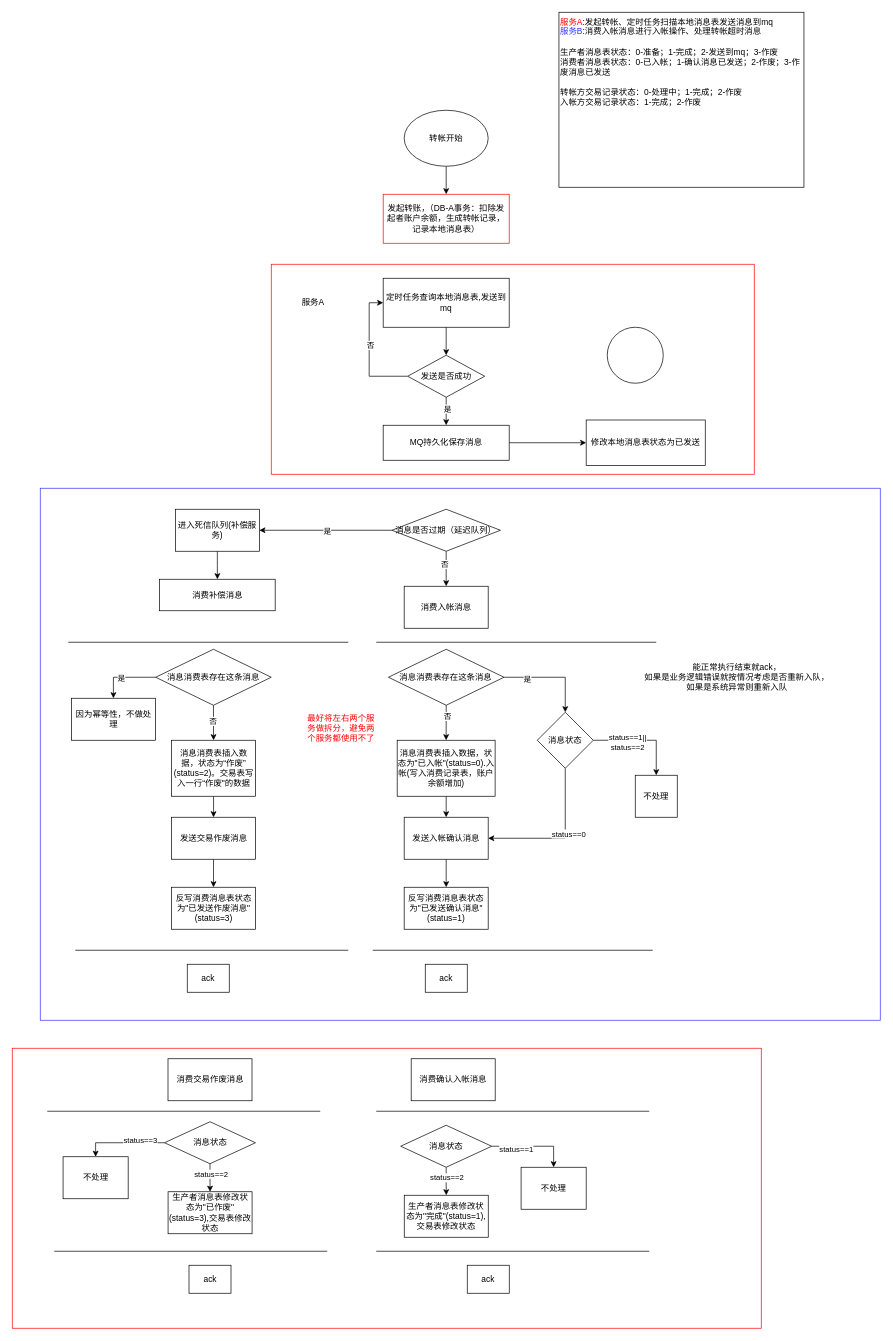
Before: transfer-v2-跨数据库.drawio in liepig1223/drawio, a draw.io diagram. Source tidied: cells renumbered, new cells numbered last; positions are measured from the earlier drawing's top-left corner, leaving out a move shared by most shapes. Both pictures are drawn from the tidied source at 70%, with x=0, y=0 at pixel (12, 12).
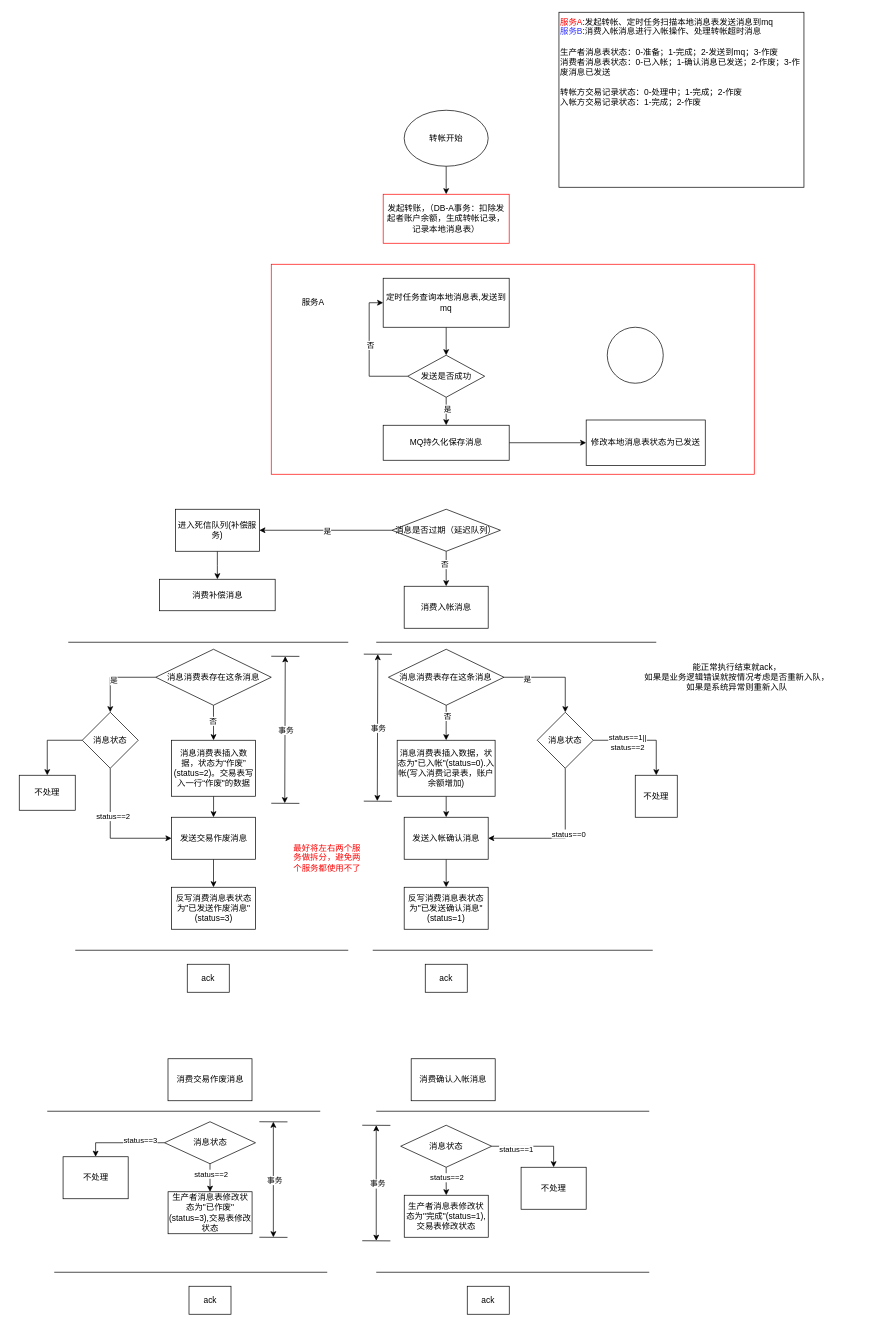
The same diagram, later.

Commit message:
更新transfer-v2-跨数据库.drawio

Unchanged cells that the change refers to:
```xml
<mxCell id="32" value="消息消费表存在这条消息" style="rhombus;whiteSpace=wrap;html=1;" parent="1" vertex="1">
  <mxGeometry x="204.9" y="910" width="165.1" height="80" as="geometry" />
</mxCell>
<mxCell id="62" value="发送交易作废消息" style="whiteSpace=wrap;html=1;rounded=0;" parent="1" vertex="1">
  <mxGeometry x="227.5" y="1150" width="120" height="60" as="geometry" />
</mxCell>
```

Diff of the diagram source:
```diff
@@
-    <mxCell id="2" style="rounded=0;whiteSpace=wrap;html=1;strokeColor=#FF0000;" parent="1" vertex="1">
-      <mxGeometry y="1480" width="1070" height="400" as="geometry" />
-    </mxCell>
-    <mxCell id="3" style="rounded=0;whiteSpace=wrap;html=1;strokeColor=#3333FF;" parent="1" vertex="1">
-      <mxGeometry x="40" y="680" width="1200" height="760" as="geometry" />
-    </mxCell>
@@
-    <mxCell id="30" style="edgeStyle=orthogonalEdgeStyle;rounded=0;jettySize=auto;html=1;exitX=0;exitY=0.5;exitDx=0;exitDy=0;entryX=0.5;entryY=0;entryDx=0;entryDy=0;" parent="1" edge="1" source="32" target="35">
-      <mxGeometry relative="1" as="geometry" />
-    </mxCell>
+    <mxCell id="87" style="edgeStyle=orthogonalEdgeStyle;rounded=0;jettySize=auto;html=1;exitX=0;exitY=0.5;exitDx=0;exitDy=0;entryX=0.5;entryY=0;entryDx=0;entryDy=0;" parent="1" edge="1" source="32" target="91">
+      <mxGeometry relative="1" as="geometry" />
+    </mxCell>
-    <mxCell id="31" value="是" style="edgeLabel;html=1;align=center;verticalAlign=middle;" parent="30" vertex="1">
-      <mxGeometry x="0.09" y="1" relative="1" as="geometry" />
+    <mxCell id="31" value="是" style="edgeLabel;html=1;align=center;verticalAlign=middle;" parent="87" vertex="1">
+      <mxGeometry x="0.04" y="4" relative="1" as="geometry" />
     </mxCell>
@@
-    <mxCell id="35" value="因为幂等性，不做处理" style="rounded=0;whiteSpace=wrap;html=1;" parent="1" vertex="1">
-      <mxGeometry x="84.5" y="980" width="120" height="60" as="geometry" />
-    </mxCell>
@@
     <mxCell id="81" style="endArrow=none;html=1;rounded=0;" parent="1" edge="1">
       <mxGeometry relative="1" as="geometry">
-        <mxPoint x="60" y="1770" as="sourcePoint" />
-        <mxPoint x="450" y="1770" as="targetPoint" />
+        <mxPoint x="60" y="1800" as="sourcePoint" />
+        <mxPoint x="450" y="1800" as="targetPoint" />
       </mxGeometry>
     </mxCell>
     <mxCell id="82" style="endArrow=none;html=1;rounded=0;" parent="1" edge="1">
       <mxGeometry relative="1" as="geometry">
-        <mxPoint x="520" y="1770" as="sourcePoint" />
-        <mxPoint x="910" y="1770" as="targetPoint" />
+        <mxPoint x="520" y="1800" as="sourcePoint" />
+        <mxPoint x="910" y="1800" as="targetPoint" />
       </mxGeometry>
     </mxCell>
     <mxCell id="83" value="ack" style="rounded=0;whiteSpace=wrap;html=1;" parent="1" vertex="1">
-      <mxGeometry x="252.5" y="1790" width="60" height="40" as="geometry" />
+      <mxGeometry x="252.5" y="1820" width="60" height="40" as="geometry" />
     </mxCell>
     <mxCell id="84" value="ack" style="rounded=0;whiteSpace=wrap;html=1;" parent="1" vertex="1">
-      <mxGeometry x="650" y="1790" width="60" height="40" as="geometry" />
+      <mxGeometry x="650" y="1820" width="60" height="40" as="geometry" />
     </mxCell>
@@
     <mxCell id="86" value="最好将左右两个服务做拆分，避免两个服务都使用不了" style="text;html=1;align=center;verticalAlign=middle;whiteSpace=wrap;rounded=0;fontColor=#FF0000;" parent="1" vertex="1">
-      <mxGeometry x="420" y="995" width="100" height="55" as="geometry" />
+      <mxGeometry x="400" y="1180" width="100" height="55" as="geometry" />
     </mxCell>
+    <mxCell id="88" style="edgeStyle=orthogonalEdgeStyle;rounded=0;jettySize=auto;html=1;exitX=0.5;exitY=1;exitDx=0;exitDy=0;entryX=0;entryY=0.5;entryDx=0;entryDy=0;" parent="1" edge="1" source="91" target="62">
+      <mxGeometry relative="1" as="geometry" />
+    </mxCell>
+    <mxCell id="89" value="status==2" style="edgeLabel;html=1;align=center;verticalAlign=middle;" parent="88" vertex="1">
+      <mxGeometry x="-0.27" y="3" relative="1" as="geometry" />
+    </mxCell>
+    <mxCell id="90" style="edgeStyle=orthogonalEdgeStyle;rounded=0;jettySize=auto;html=1;exitX=0;exitY=0.5;exitDx=0;exitDy=0;entryX=0.5;entryY=0;entryDx=0;entryDy=0;" parent="1" edge="1" source="91" target="92">
+      <mxGeometry relative="1" as="geometry" />
+    </mxCell>
+    <mxCell id="91" value="消息状态" style="rhombus;whiteSpace=wrap;html=1;" parent="1" vertex="1">
+      <mxGeometry x="100" y="1000" width="80" height="80" as="geometry" />
+    </mxCell>
+    <mxCell id="92" value="不处理" style="rounded=0;whiteSpace=wrap;html=1;" parent="1" vertex="1">
+      <mxGeometry x="10" y="1090" width="80" height="50" as="geometry" />
+    </mxCell>
+    <mxCell id="93" style="endArrow=classic;startArrow=classic;html=1;rounded=0;exitX=0.388;exitY=0.592;exitDx=0;exitDy=0;exitPerimeter=0;" parent="1" edge="1">
+      <mxGeometry relative="1" as="geometry">
+        <mxPoint x="389.3" y="1129.9" as="sourcePoint" />
+        <mxPoint x="390" y="920" as="targetPoint" />
+      </mxGeometry>
+    </mxCell>
+    <mxCell id="94" value="事务" style="edgeLabel;html=1;align=center;verticalAlign=middle;" parent="93" vertex="1">
+      <mxGeometry x="-0.01" y="-1" relative="1" as="geometry" />
+    </mxCell>
+    <mxCell id="95" style="endArrow=none;html=1;rounded=0;entryX=0.403;entryY=0.395;entryDx=0;entryDy=0;entryPerimeter=0;" parent="1" edge="1">
+      <mxGeometry relative="1" as="geometry">
+        <mxPoint x="370" y="920" as="sourcePoint" />
+        <mxPoint x="410.2" y="920.2" as="targetPoint" />
+      </mxGeometry>
+    </mxCell>
+    <mxCell id="96" style="endArrow=none;html=1;rounded=0;entryX=0.403;entryY=0.395;entryDx=0;entryDy=0;entryPerimeter=0;" parent="1" edge="1">
+      <mxGeometry relative="1" as="geometry">
+        <mxPoint x="370" y="1130" as="sourcePoint" />
+        <mxPoint x="410.2" y="1130.2" as="targetPoint" />
+      </mxGeometry>
+    </mxCell>
+    <mxCell id="97" style="endArrow=classic;startArrow=classic;html=1;rounded=0;exitX=0.388;exitY=0.592;exitDx=0;exitDy=0;exitPerimeter=0;" parent="1" edge="1">
+      <mxGeometry relative="1" as="geometry">
+        <mxPoint x="521.5" y="1126.9" as="sourcePoint" />
+        <mxPoint x="522.2" y="917" as="targetPoint" />
+      </mxGeometry>
+    </mxCell>
+    <mxCell id="98" value="事务" style="edgeLabel;html=1;align=center;verticalAlign=middle;" parent="97" vertex="1">
+      <mxGeometry x="-0.01" y="-1" relative="1" as="geometry" />
+    </mxCell>
+    <mxCell id="99" style="endArrow=none;html=1;rounded=0;entryX=0.403;entryY=0.395;entryDx=0;entryDy=0;entryPerimeter=0;" parent="1" edge="1">
+      <mxGeometry relative="1" as="geometry">
+        <mxPoint x="502.2" y="917" as="sourcePoint" />
+        <mxPoint x="542.4" y="917.2" as="targetPoint" />
+      </mxGeometry>
+    </mxCell>
+    <mxCell id="100" style="endArrow=none;html=1;rounded=0;entryX=0.403;entryY=0.395;entryDx=0;entryDy=0;entryPerimeter=0;" parent="1" edge="1">
+      <mxGeometry relative="1" as="geometry">
+        <mxPoint x="502.2" y="1127" as="sourcePoint" />
+        <mxPoint x="542.4" y="1127.2" as="targetPoint" />
+      </mxGeometry>
+    </mxCell>
+    <mxCell id="101" style="endArrow=classic;startArrow=classic;html=1;rounded=0;" parent="1" edge="1">
+      <mxGeometry relative="1" as="geometry">
+        <mxPoint x="373" y="1750" as="sourcePoint" />
+        <mxPoint x="373" y="1585" as="targetPoint" />
+      </mxGeometry>
+    </mxCell>
+    <mxCell id="102" value="事务" style="edgeLabel;html=1;align=center;verticalAlign=middle;" parent="101" vertex="1">
+      <mxGeometry x="-0.01" y="-1" relative="1" as="geometry" />
+    </mxCell>
+    <mxCell id="103" style="endArrow=none;html=1;rounded=0;entryX=0.403;entryY=0.395;entryDx=0;entryDy=0;entryPerimeter=0;" parent="1" edge="1">
+      <mxGeometry relative="1" as="geometry">
+        <mxPoint x="353" y="1585" as="sourcePoint" />
+        <mxPoint x="393.2" y="1585.2" as="targetPoint" />
+      </mxGeometry>
+    </mxCell>
+    <mxCell id="104" style="endArrow=none;html=1;rounded=0;entryX=0.403;entryY=0.395;entryDx=0;entryDy=0;entryPerimeter=0;" parent="1" edge="1">
+      <mxGeometry relative="1" as="geometry">
+        <mxPoint x="353" y="1750" as="sourcePoint" />
+        <mxPoint x="393.2" y="1750.2" as="targetPoint" />
+      </mxGeometry>
+    </mxCell>
+    <mxCell id="105" style="endArrow=classic;startArrow=classic;html=1;rounded=0;" parent="1" edge="1">
+      <mxGeometry relative="1" as="geometry">
+        <mxPoint x="520" y="1755" as="sourcePoint" />
+        <mxPoint x="520" y="1590" as="targetPoint" />
+      </mxGeometry>
+    </mxCell>
+    <mxCell id="106" value="事务" style="edgeLabel;html=1;align=center;verticalAlign=middle;" parent="105" vertex="1">
+      <mxGeometry x="-0.01" y="-1" relative="1" as="geometry" />
+    </mxCell>
+    <mxCell id="107" style="endArrow=none;html=1;rounded=0;entryX=0.403;entryY=0.395;entryDx=0;entryDy=0;entryPerimeter=0;" parent="1" edge="1">
+      <mxGeometry relative="1" as="geometry">
+        <mxPoint x="500" y="1590" as="sourcePoint" />
+        <mxPoint x="540.2" y="1590.2" as="targetPoint" />
+      </mxGeometry>
+    </mxCell>
+    <mxCell id="108" style="endArrow=none;html=1;rounded=0;entryX=0.403;entryY=0.395;entryDx=0;entryDy=0;entryPerimeter=0;" parent="1" edge="1">
+      <mxGeometry relative="1" as="geometry">
+        <mxPoint x="500" y="1755" as="sourcePoint" />
+        <mxPoint x="540.2" y="1755.2" as="targetPoint" />
+      </mxGeometry>
+    </mxCell>
```
